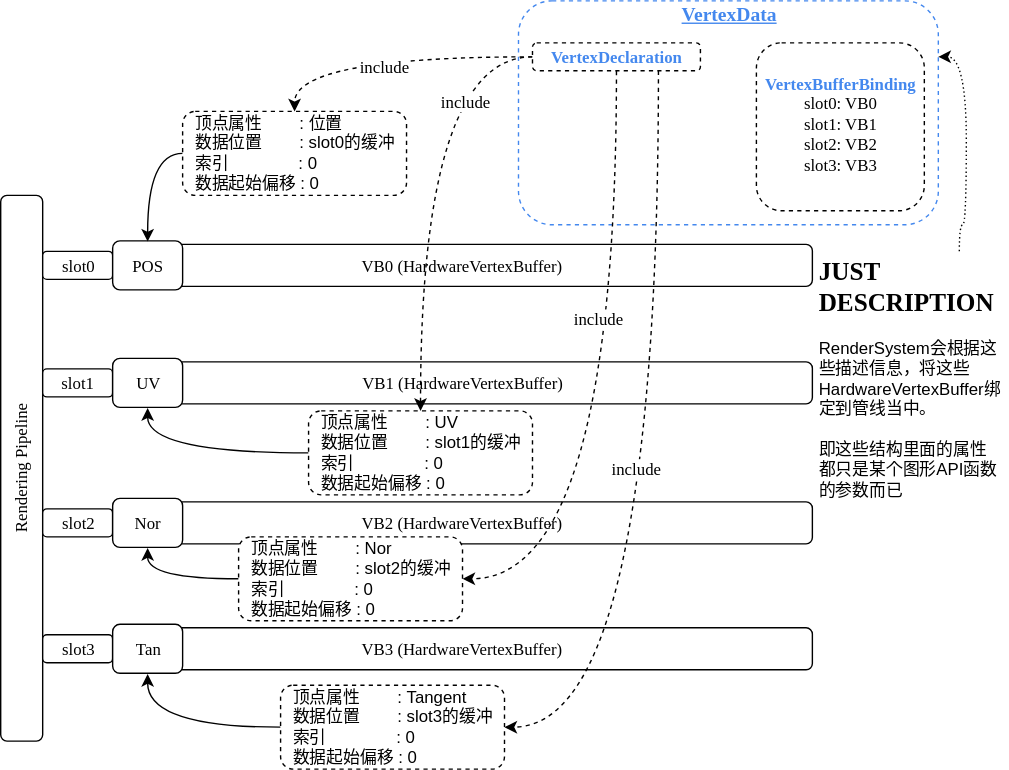
The draw.io diagram AboutOGRE/diagram/VertexData.svg in lolanto/lolanto.github.io, before a commit. Source tidied: cells renumbered, new cells last; positions are measured from the earlier drawing's top-left corner, leaving out a move shared by most shapes.
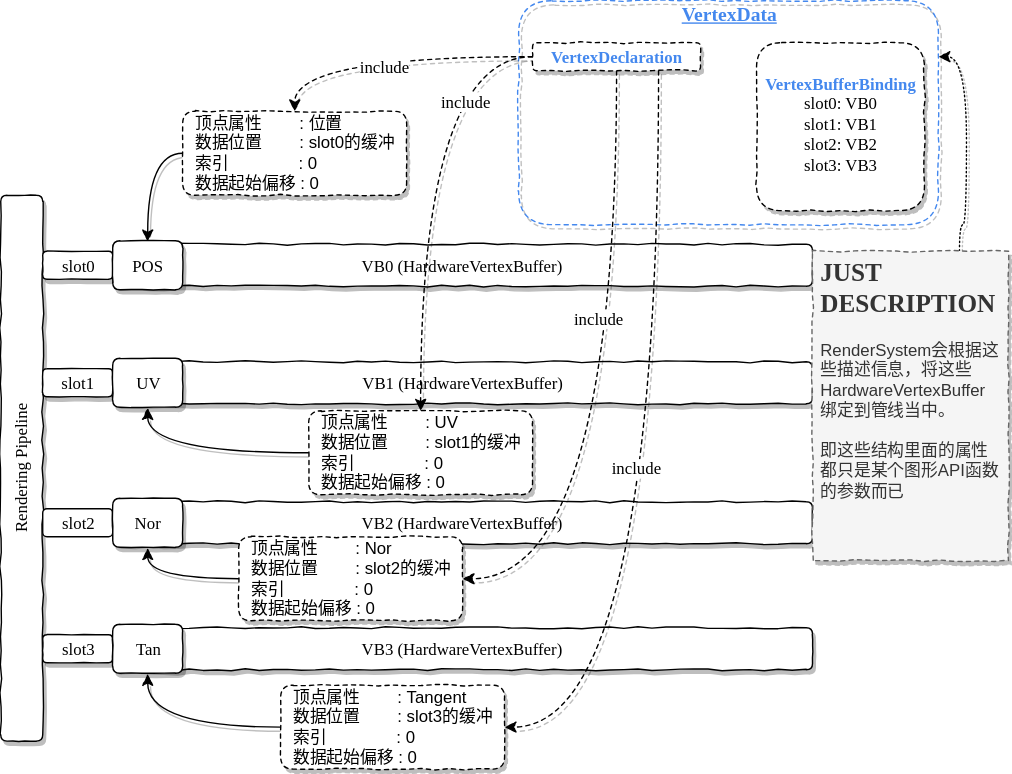
After the commit.

Diff of the diagram source:
```diff
@@ -1,113 +1,113 @@
-<mxGraphModel>
+<mxGraphModel background="#ffffff">
   <root>
     <mxCell id="0" />
     <mxCell id="1" parent="0" />
-    <mxCell id="2" style="rounded=1;whiteSpace=wrap;html=1;dashed=1;gradientColor=none;fillColor=none;strokeColor=#4488EE;" parent="1" vertex="1">
+    <mxCell id="2" style="rounded=1;whiteSpace=wrap;html=1;dashed=1;gradientColor=none;fillColor=none;strokeColor=#4488EE;shadow=1;comic=1;" parent="1" vertex="1">
       <mxGeometry x="370" width="300" height="160" as="geometry" />
     </mxCell>
-    <mxCell id="3" value="&lt;font face=&quot;Comic Sans MS&quot;&gt;&lt;b&gt;&lt;font color=&quot;#4488ee&quot;&gt;VertexBufferBinding&lt;/font&gt;&lt;/b&gt;&lt;br&gt;slot0: VB0&lt;br&gt;slot1: VB1&lt;br&gt;slot2: VB2&lt;br&gt;slot3: VB3&lt;/font&gt;&lt;br&gt;" style="rounded=1;whiteSpace=wrap;html=1;dashed=1;gradientColor=none;" parent="1" vertex="1">
+    <mxCell id="3" value="&lt;font face=&quot;Comic Sans MS&quot;&gt;&lt;b&gt;&lt;font color=&quot;#4488ee&quot;&gt;VertexBufferBinding&lt;/font&gt;&lt;/b&gt;&lt;br&gt;slot0: VB0&lt;br&gt;slot1: VB1&lt;br&gt;slot2: VB2&lt;br&gt;slot3: VB3&lt;/font&gt;&lt;br&gt;" style="rounded=1;whiteSpace=wrap;html=1;dashed=1;gradientColor=none;shadow=1;comic=1;" parent="1" vertex="1">
       <mxGeometry x="540" y="30" width="120" height="120" as="geometry" />
     </mxCell>
     <mxCell id="4" style="group;" parent="1" vertex="1">
       <mxGeometry y="79" width="580" height="470" as="geometry" />
     </mxCell>
-    <mxCell id="5" style="group;" parent="4" vertex="1">
+    <mxCell id="5" style="group;shadow=1;comic=1;" parent="4" vertex="1">
       <mxGeometry y="60" width="580" height="410" as="geometry" />
     </mxCell>
-    <mxCell id="6" value="&lt;font face=&quot;Comic Sans MS&quot;&gt;VB0 (HardwareVertexBuffer)&lt;/font&gt;" style="rounded=1;whiteSpace=wrap;html=1;" parent="5" vertex="1">
+    <mxCell id="6" value="&lt;font face=&quot;Comic Sans MS&quot;&gt;VB0 (HardwareVertexBuffer)&lt;/font&gt;" style="rounded=1;whiteSpace=wrap;html=1;shadow=1;comic=1;" parent="5" vertex="1">
       <mxGeometry x="80" y="35" width="500" height="30" as="geometry" />
     </mxCell>
-    <mxCell id="7" value="&lt;font face=&quot;Comic Sans MS&quot;&gt;Rendering Pipeline&lt;/font&gt;" style="rounded=1;whiteSpace=wrap;html=1;horizontal=0;" parent="5" vertex="1">
+    <mxCell id="7" value="&lt;font face=&quot;Comic Sans MS&quot;&gt;Rendering Pipeline&lt;/font&gt;" style="rounded=1;whiteSpace=wrap;html=1;horizontal=0;shadow=1;comic=1;" parent="5" vertex="1">
       <mxGeometry width="30" height="390" as="geometry" />
     </mxCell>
-    <mxCell id="8" value="&lt;font face=&quot;Comic Sans MS&quot;&gt;slot0&lt;/font&gt;" style="rounded=1;whiteSpace=wrap;html=1;" parent="5" vertex="1">
+    <mxCell id="8" value="&lt;font face=&quot;Comic Sans MS&quot;&gt;slot0&lt;/font&gt;" style="rounded=1;whiteSpace=wrap;html=1;shadow=1;comic=1;" parent="5" vertex="1">
       <mxGeometry x="30" y="40" width="50" height="20" as="geometry" />
     </mxCell>
-    <mxCell id="9" value="&lt;font face=&quot;Comic Sans MS&quot;&gt;slot1&lt;/font&gt;" style="rounded=1;whiteSpace=wrap;html=1;" parent="5" vertex="1">
+    <mxCell id="9" value="&lt;font face=&quot;Comic Sans MS&quot;&gt;slot1&lt;/font&gt;" style="rounded=1;whiteSpace=wrap;html=1;shadow=1;comic=1;" parent="5" vertex="1">
       <mxGeometry x="30" y="124" width="50" height="20" as="geometry" />
     </mxCell>
     <mxCell id="10" value="&lt;font face=&quot;Comic Sans MS&quot;&gt;slot2&lt;/font&gt;" style="rounded=1;whiteSpace=wrap;html=1;" parent="5" vertex="1">
       <mxGeometry x="30" y="224" width="50" height="20" as="geometry" />
     </mxCell>
-    <mxCell id="11" value="&lt;font face=&quot;Comic Sans MS&quot;&gt;slot3&lt;/font&gt;" style="rounded=1;whiteSpace=wrap;html=1;" parent="5" vertex="1">
+    <mxCell id="11" value="&lt;font face=&quot;Comic Sans MS&quot;&gt;slot3&lt;/font&gt;" style="rounded=1;whiteSpace=wrap;html=1;shadow=1;comic=1;" parent="5" vertex="1">
       <mxGeometry x="30" y="314" width="50" height="20" as="geometry" />
     </mxCell>
-    <mxCell id="12" value="&lt;font face=&quot;Comic Sans MS&quot;&gt;VB1 (HardwareVertexBuffer)&lt;/font&gt;" style="rounded=1;whiteSpace=wrap;html=1;" parent="5" vertex="1">
+    <mxCell id="12" value="&lt;font face=&quot;Comic Sans MS&quot;&gt;VB1 (HardwareVertexBuffer)&lt;/font&gt;" style="rounded=1;whiteSpace=wrap;html=1;shadow=1;comic=1;" parent="5" vertex="1">
       <mxGeometry x="80" y="119" width="500" height="30" as="geometry" />
     </mxCell>
-    <mxCell id="13" value="&lt;font face=&quot;Comic Sans MS&quot;&gt;VB2 (HardwareVertexBuffer)&lt;/font&gt;" style="rounded=1;whiteSpace=wrap;html=1;" parent="5" vertex="1">
+    <mxCell id="13" value="&lt;font face=&quot;Comic Sans MS&quot;&gt;VB2 (HardwareVertexBuffer)&lt;/font&gt;" style="rounded=1;whiteSpace=wrap;html=1;shadow=1;comic=1;" parent="5" vertex="1">
       <mxGeometry x="80" y="219" width="500" height="30" as="geometry" />
     </mxCell>
-    <mxCell id="14" value="&lt;font face=&quot;Comic Sans MS&quot;&gt;VB3 (HardwareVertexBuffer)&lt;/font&gt;" style="rounded=1;whiteSpace=wrap;html=1;" parent="5" vertex="1">
+    <mxCell id="14" value="&lt;font face=&quot;Comic Sans MS&quot;&gt;VB3 (HardwareVertexBuffer)&lt;/font&gt;" style="rounded=1;whiteSpace=wrap;html=1;shadow=1;comic=1;" parent="5" vertex="1">
       <mxGeometry x="80" y="309" width="500" height="30" as="geometry" />
     </mxCell>
-    <mxCell id="15" value="&lt;font face=&quot;Comic Sans MS&quot;&gt;POS&lt;/font&gt;" style="rounded=1;whiteSpace=wrap;html=1;gradientColor=none;" parent="5" vertex="1">
+    <mxCell id="15" value="&lt;font face=&quot;Comic Sans MS&quot;&gt;POS&lt;/font&gt;" style="rounded=1;whiteSpace=wrap;html=1;gradientColor=none;shadow=1;comic=1;" parent="5" vertex="1">
       <mxGeometry x="80" y="32.5" width="50" height="35" as="geometry" />
     </mxCell>
-    <mxCell id="16" value="&lt;font face=&quot;Comic Sans MS&quot;&gt;UV&lt;/font&gt;" style="rounded=1;whiteSpace=wrap;html=1;gradientColor=none;" parent="5" vertex="1">
+    <mxCell id="16" value="&lt;font face=&quot;Comic Sans MS&quot;&gt;UV&lt;/font&gt;" style="rounded=1;whiteSpace=wrap;html=1;gradientColor=none;shadow=1;comic=1;" parent="5" vertex="1">
       <mxGeometry x="80" y="116.5" width="50" height="35" as="geometry" />
     </mxCell>
-    <mxCell id="17" value="&lt;font face=&quot;Comic Sans MS&quot;&gt;Nor&lt;/font&gt;" style="rounded=1;whiteSpace=wrap;html=1;gradientColor=none;" parent="5" vertex="1">
+    <mxCell id="17" value="&lt;font face=&quot;Comic Sans MS&quot;&gt;Nor&lt;/font&gt;" style="rounded=1;whiteSpace=wrap;html=1;gradientColor=none;shadow=1;comic=1;" parent="5" vertex="1">
       <mxGeometry x="80" y="216.5" width="50" height="35" as="geometry" />
     </mxCell>
-    <mxCell id="18" value="&lt;font face=&quot;Comic Sans MS&quot;&gt;Tan&lt;/font&gt;" style="rounded=1;whiteSpace=wrap;html=1;gradientColor=none;" parent="5" vertex="1">
+    <mxCell id="18" value="&lt;font face=&quot;Comic Sans MS&quot;&gt;Tan&lt;/font&gt;" style="rounded=1;whiteSpace=wrap;html=1;gradientColor=none;shadow=1;comic=1;" parent="5" vertex="1">
       <mxGeometry x="80" y="306.5" width="50" height="35" as="geometry" />
     </mxCell>
-    <mxCell id="19" style="edgeStyle=orthogonalEdgeStyle;curved=1;rounded=0;html=1;exitX=0;exitY=0.5;exitDx=0;exitDy=0;entryX=0.5;entryY=1;entryDx=0;entryDy=0;jettySize=auto;" parent="5" edge="1" source="20" target="16">
+    <mxCell id="19" style="edgeStyle=orthogonalEdgeStyle;curved=1;rounded=0;html=1;exitX=0;exitY=0.5;exitDx=0;exitDy=0;entryX=0.5;entryY=1;entryDx=0;entryDy=0;jettySize=auto;shadow=1;comic=1;" parent="5" edge="1" source="20" target="16">
       <mxGeometry relative="1" as="geometry" />
     </mxCell>
-    <mxCell id="20" value="&lt;div style=&quot;text-align: left&quot;&gt;&lt;span&gt;顶点属性&amp;nbsp; &amp;nbsp; &amp;nbsp; &amp;nbsp; : UV&lt;/span&gt;&lt;/div&gt;&lt;div style=&quot;text-align: left&quot;&gt;&lt;span&gt;数据位置&amp;nbsp; &amp;nbsp; &amp;nbsp; &amp;nbsp; : slot1的缓冲&lt;/span&gt;&lt;/div&gt;&lt;div style=&quot;text-align: left&quot;&gt;&lt;span&gt;索引&amp;nbsp; &amp;nbsp; &amp;nbsp; &amp;nbsp; &amp;nbsp; &amp;nbsp; &amp;nbsp; &amp;nbsp;: 0&lt;/span&gt;&lt;/div&gt;&lt;div style=&quot;text-align: left&quot;&gt;&lt;span&gt;数据起始偏移 : 0&lt;/span&gt;&lt;/div&gt;" style="rounded=1;whiteSpace=wrap;html=1;gradientColor=none;dashed=1;" parent="5" vertex="1">
+    <mxCell id="20" value="&lt;div style=&quot;text-align: left&quot;&gt;&lt;span&gt;顶点属性&amp;nbsp; &amp;nbsp; &amp;nbsp; &amp;nbsp; : UV&lt;/span&gt;&lt;/div&gt;&lt;div style=&quot;text-align: left&quot;&gt;&lt;span&gt;数据位置&amp;nbsp; &amp;nbsp; &amp;nbsp; &amp;nbsp; : slot1的缓冲&lt;/span&gt;&lt;/div&gt;&lt;div style=&quot;text-align: left&quot;&gt;&lt;span&gt;索引&amp;nbsp; &amp;nbsp; &amp;nbsp; &amp;nbsp; &amp;nbsp; &amp;nbsp; &amp;nbsp; &amp;nbsp;: 0&lt;/span&gt;&lt;/div&gt;&lt;div style=&quot;text-align: left&quot;&gt;&lt;span&gt;数据起始偏移 : 0&lt;/span&gt;&lt;/div&gt;" style="rounded=1;whiteSpace=wrap;html=1;gradientColor=none;dashed=1;shadow=1;comic=1;" parent="5" vertex="1">
       <mxGeometry x="220" y="154" width="160" height="60" as="geometry" />
     </mxCell>
-    <mxCell id="21" style="edgeStyle=orthogonalEdgeStyle;curved=1;rounded=0;html=1;exitX=0;exitY=0.5;exitDx=0;exitDy=0;entryX=0.5;entryY=1;entryDx=0;entryDy=0;jettySize=auto;" parent="5" edge="1" source="22" target="17">
+    <mxCell id="21" style="edgeStyle=orthogonalEdgeStyle;curved=1;rounded=0;html=1;exitX=0;exitY=0.5;exitDx=0;exitDy=0;entryX=0.5;entryY=1;entryDx=0;entryDy=0;jettySize=auto;shadow=1;comic=1;" parent="5" edge="1" source="22" target="17">
       <mxGeometry relative="1" as="geometry" />
     </mxCell>
-    <mxCell id="22" value="&lt;div style=&quot;text-align: left&quot;&gt;&lt;span&gt;顶点属性&amp;nbsp; &amp;nbsp; &amp;nbsp; &amp;nbsp; : Nor&lt;/span&gt;&lt;/div&gt;&lt;div style=&quot;text-align: left&quot;&gt;&lt;span&gt;数据位置&amp;nbsp; &amp;nbsp; &amp;nbsp; &amp;nbsp; : slot2的缓冲&lt;/span&gt;&lt;/div&gt;&lt;div style=&quot;text-align: left&quot;&gt;&lt;span&gt;索引&amp;nbsp; &amp;nbsp; &amp;nbsp; &amp;nbsp; &amp;nbsp; &amp;nbsp; &amp;nbsp; &amp;nbsp;: 0&lt;/span&gt;&lt;/div&gt;&lt;div style=&quot;text-align: left&quot;&gt;&lt;span&gt;数据起始偏移 : 0&lt;/span&gt;&lt;/div&gt;" style="rounded=1;whiteSpace=wrap;html=1;gradientColor=none;dashed=1;" parent="5" vertex="1">
+    <mxCell id="22" value="&lt;div style=&quot;text-align: left&quot;&gt;&lt;span&gt;顶点属性&amp;nbsp; &amp;nbsp; &amp;nbsp; &amp;nbsp; : Nor&lt;/span&gt;&lt;/div&gt;&lt;div style=&quot;text-align: left&quot;&gt;&lt;span&gt;数据位置&amp;nbsp; &amp;nbsp; &amp;nbsp; &amp;nbsp; : slot2的缓冲&lt;/span&gt;&lt;/div&gt;&lt;div style=&quot;text-align: left&quot;&gt;&lt;span&gt;索引&amp;nbsp; &amp;nbsp; &amp;nbsp; &amp;nbsp; &amp;nbsp; &amp;nbsp; &amp;nbsp; &amp;nbsp;: 0&lt;/span&gt;&lt;/div&gt;&lt;div style=&quot;text-align: left&quot;&gt;&lt;span&gt;数据起始偏移 : 0&lt;/span&gt;&lt;/div&gt;" style="rounded=1;whiteSpace=wrap;html=1;gradientColor=none;dashed=1;shadow=1;comic=1;" parent="5" vertex="1">
       <mxGeometry x="170" y="244" width="160" height="60" as="geometry" />
     </mxCell>
-    <mxCell id="23" style="edgeStyle=orthogonalEdgeStyle;curved=1;rounded=0;html=1;exitX=0;exitY=0.5;exitDx=0;exitDy=0;entryX=0.5;entryY=1;entryDx=0;entryDy=0;jettySize=auto;" parent="5" edge="1" source="24" target="18">
+    <mxCell id="23" style="edgeStyle=orthogonalEdgeStyle;curved=1;rounded=0;html=1;exitX=0;exitY=0.5;exitDx=0;exitDy=0;entryX=0.5;entryY=1;entryDx=0;entryDy=0;jettySize=auto;shadow=1;comic=1;" parent="5" edge="1" source="24" target="18">
       <mxGeometry relative="1" as="geometry" />
     </mxCell>
-    <mxCell id="24" value="&lt;div style=&quot;text-align: left&quot;&gt;&lt;span&gt;顶点属性&amp;nbsp; &amp;nbsp; &amp;nbsp; &amp;nbsp; : Tangent&lt;/span&gt;&lt;/div&gt;&lt;div style=&quot;text-align: left&quot;&gt;&lt;span&gt;数据位置&amp;nbsp; &amp;nbsp; &amp;nbsp; &amp;nbsp; : slot3的缓冲&lt;/span&gt;&lt;/div&gt;&lt;div style=&quot;text-align: left&quot;&gt;&lt;span&gt;索引&amp;nbsp; &amp;nbsp; &amp;nbsp; &amp;nbsp; &amp;nbsp; &amp;nbsp; &amp;nbsp; &amp;nbsp;: 0&lt;/span&gt;&lt;/div&gt;&lt;div style=&quot;text-align: left&quot;&gt;&lt;span&gt;数据起始偏移 : 0&lt;/span&gt;&lt;/div&gt;" style="rounded=1;whiteSpace=wrap;html=1;gradientColor=none;dashed=1;" parent="5" vertex="1">
+    <mxCell id="24" value="&lt;div style=&quot;text-align: left&quot;&gt;&lt;span&gt;顶点属性&amp;nbsp; &amp;nbsp; &amp;nbsp; &amp;nbsp; : Tangent&lt;/span&gt;&lt;/div&gt;&lt;div style=&quot;text-align: left&quot;&gt;&lt;span&gt;数据位置&amp;nbsp; &amp;nbsp; &amp;nbsp; &amp;nbsp; : slot3的缓冲&lt;/span&gt;&lt;/div&gt;&lt;div style=&quot;text-align: left&quot;&gt;&lt;span&gt;索引&amp;nbsp; &amp;nbsp; &amp;nbsp; &amp;nbsp; &amp;nbsp; &amp;nbsp; &amp;nbsp; &amp;nbsp;: 0&lt;/span&gt;&lt;/div&gt;&lt;div style=&quot;text-align: left&quot;&gt;&lt;span&gt;数据起始偏移 : 0&lt;/span&gt;&lt;/div&gt;" style="rounded=1;whiteSpace=wrap;html=1;gradientColor=none;dashed=1;shadow=1;comic=1;" parent="5" vertex="1">
       <mxGeometry x="200" y="350" width="160" height="60" as="geometry" />
     </mxCell>
-    <mxCell id="25" style="edgeStyle=orthogonalEdgeStyle;rounded=0;html=1;exitX=0;exitY=0.5;exitDx=0;exitDy=0;entryX=0.5;entryY=0;entryDx=0;entryDy=0;jettySize=auto;curved=1;" parent="4" edge="1" source="26" target="15">
+    <mxCell id="25" style="edgeStyle=orthogonalEdgeStyle;rounded=0;html=1;exitX=0;exitY=0.5;exitDx=0;exitDy=0;entryX=0.5;entryY=0;entryDx=0;entryDy=0;jettySize=auto;curved=1;shadow=1;comic=1;" parent="4" edge="1" source="26" target="15">
       <mxGeometry relative="1" as="geometry" />
     </mxCell>
-    <mxCell id="26" value="&lt;div style=&quot;text-align: left&quot;&gt;&lt;span&gt;顶点属性&amp;nbsp; &amp;nbsp; &amp;nbsp; &amp;nbsp; : 位置&lt;/span&gt;&lt;/div&gt;&lt;div style=&quot;text-align: left&quot;&gt;&lt;span&gt;数据位置&amp;nbsp; &amp;nbsp; &amp;nbsp; &amp;nbsp; : slot0的缓冲&lt;/span&gt;&lt;/div&gt;&lt;div style=&quot;text-align: left&quot;&gt;&lt;span&gt;索引&amp;nbsp; &amp;nbsp; &amp;nbsp; &amp;nbsp; &amp;nbsp; &amp;nbsp; &amp;nbsp; &amp;nbsp;: 0&lt;/span&gt;&lt;/div&gt;&lt;div style=&quot;text-align: left&quot;&gt;&lt;span&gt;数据起始偏移 : 0&lt;/span&gt;&lt;/div&gt;" style="rounded=1;whiteSpace=wrap;html=1;gradientColor=none;dashed=1;" parent="4" vertex="1">
+    <mxCell id="26" value="&lt;div style=&quot;text-align: left&quot;&gt;&lt;span&gt;顶点属性&amp;nbsp; &amp;nbsp; &amp;nbsp; &amp;nbsp; : 位置&lt;/span&gt;&lt;/div&gt;&lt;div style=&quot;text-align: left&quot;&gt;&lt;span&gt;数据位置&amp;nbsp; &amp;nbsp; &amp;nbsp; &amp;nbsp; : slot0的缓冲&lt;/span&gt;&lt;/div&gt;&lt;div style=&quot;text-align: left&quot;&gt;&lt;span&gt;索引&amp;nbsp; &amp;nbsp; &amp;nbsp; &amp;nbsp; &amp;nbsp; &amp;nbsp; &amp;nbsp; &amp;nbsp;: 0&lt;/span&gt;&lt;/div&gt;&lt;div style=&quot;text-align: left&quot;&gt;&lt;span&gt;数据起始偏移 : 0&lt;/span&gt;&lt;/div&gt;" style="rounded=1;whiteSpace=wrap;html=1;gradientColor=none;dashed=1;shadow=1;comic=1;" parent="4" vertex="1">
       <mxGeometry x="130" width="160" height="60" as="geometry" />
     </mxCell>
-    <mxCell id="27" style="edgeStyle=orthogonalEdgeStyle;curved=1;rounded=0;html=1;exitX=0;exitY=0.5;exitDx=0;exitDy=0;jettySize=auto;dashed=1;" parent="1" edge="1" source="35" target="26">
+    <mxCell id="27" style="edgeStyle=orthogonalEdgeStyle;curved=1;rounded=0;html=1;exitX=0;exitY=0.5;exitDx=0;exitDy=0;jettySize=auto;dashed=1;shadow=1;comic=1;" parent="1" edge="1" source="35" target="26">
       <mxGeometry relative="1" as="geometry" />
     </mxCell>
     <mxCell id="28" value="&lt;font face=&quot;Comic Sans MS&quot;&gt;include&lt;/font&gt;&lt;br&gt;" style="text;html=1;align=center;verticalAlign=middle;labelBackgroundColor=#ffffff;" parent="27" vertex="1">
       <mxGeometry y="7" relative="1" as="geometry" />
     </mxCell>
-    <mxCell id="29" style="edgeStyle=orthogonalEdgeStyle;curved=1;rounded=0;html=1;exitX=0;exitY=0.5;exitDx=0;exitDy=0;entryX=0.5;entryY=0;entryDx=0;entryDy=0;dashed=1;jettySize=auto;" parent="1" edge="1" source="35" target="20">
+    <mxCell id="29" style="edgeStyle=orthogonalEdgeStyle;curved=1;rounded=0;html=1;exitX=0;exitY=0.5;exitDx=0;exitDy=0;entryX=0.5;entryY=0;entryDx=0;entryDy=0;dashed=1;jettySize=auto;comic=1;shadow=1;" parent="1" edge="1" source="35" target="20">
       <mxGeometry relative="1" as="geometry" />
     </mxCell>
     <mxCell id="30" value="&lt;font face=&quot;Comic Sans MS&quot;&gt;include&lt;/font&gt;" style="text;html=1;align=center;verticalAlign=middle;labelBackgroundColor=#ffffff;" parent="29" vertex="1">
       <mxGeometry x="-0.72" y="32" relative="1" as="geometry" />
     </mxCell>
-    <mxCell id="31" style="edgeStyle=orthogonalEdgeStyle;curved=1;rounded=0;html=1;exitX=0.5;exitY=1;exitDx=0;exitDy=0;entryX=1;entryY=0.5;entryDx=0;entryDy=0;dashed=1;jettySize=auto;" parent="1" edge="1" source="35" target="22">
+    <mxCell id="31" style="edgeStyle=orthogonalEdgeStyle;curved=1;rounded=0;html=1;exitX=0.5;exitY=1;exitDx=0;exitDy=0;entryX=1;entryY=0.5;entryDx=0;entryDy=0;dashed=1;jettySize=auto;shadow=1;comic=1;" parent="1" edge="1" source="35" target="22">
       <mxGeometry relative="1" as="geometry" />
     </mxCell>
     <mxCell id="32" value="&lt;font face=&quot;Comic Sans MS&quot;&gt;include&lt;/font&gt;" style="text;html=1;align=center;verticalAlign=middle;labelBackgroundColor=#ffffff;" parent="31" vertex="1">
       <mxGeometry x="-0.25" y="-11" relative="1" as="geometry" />
     </mxCell>
-    <mxCell id="33" style="edgeStyle=orthogonalEdgeStyle;curved=1;rounded=0;html=1;exitX=0.75;exitY=1;exitDx=0;exitDy=0;entryX=1;entryY=0.5;entryDx=0;entryDy=0;dashed=1;jettySize=auto;" parent="1" edge="1" source="35" target="24">
+    <mxCell id="33" style="edgeStyle=orthogonalEdgeStyle;curved=1;rounded=0;html=1;exitX=0.75;exitY=1;exitDx=0;exitDy=0;entryX=1;entryY=0.5;entryDx=0;entryDy=0;dashed=1;jettySize=auto;shadow=1;comic=1;" parent="1" edge="1" source="35" target="24">
       <mxGeometry relative="1" as="geometry" />
     </mxCell>
     <mxCell id="34" value="&lt;font face=&quot;Comic Sans MS&quot;&gt;include&lt;/font&gt;" style="text;html=1;align=center;verticalAlign=middle;labelBackgroundColor=#ffffff;" parent="33" vertex="1">
       <mxGeometry x="-0.02" y="-14" relative="1" as="geometry" />
     </mxCell>
-    <mxCell id="35" value="&lt;b&gt;&lt;font color=&quot;#4488ee&quot; face=&quot;Comic Sans MS&quot;&gt;VertexDeclaration&lt;/font&gt;&lt;/b&gt;" style="rounded=1;whiteSpace=wrap;html=1;dashed=1;gradientColor=none;" parent="1" vertex="1">
+    <mxCell id="35" value="&lt;b&gt;&lt;font color=&quot;#4488ee&quot; face=&quot;Comic Sans MS&quot;&gt;VertexDeclaration&lt;/font&gt;&lt;/b&gt;" style="rounded=1;whiteSpace=wrap;html=1;dashed=1;gradientColor=none;shadow=1;comic=1;" parent="1" vertex="1">
       <mxGeometry x="380" y="30" width="120" height="20" as="geometry" />
     </mxCell>
     <mxCell id="36" value="&lt;b&gt;&lt;font color=&quot;#4488ee&quot; size=&quot;1&quot; face=&quot;Comic Sans MS&quot;&gt;&lt;u style=&quot;font-size: 14px&quot;&gt;VertexData&lt;/u&gt;&lt;/font&gt;&lt;/b&gt;" style="text;html=1;strokeColor=none;fillColor=none;align=center;verticalAlign=middle;whiteSpace=wrap;rounded=0;dashed=1;" parent="1" vertex="1">
       <mxGeometry x="480" width="80" height="20" as="geometry" />
     </mxCell>
-    <mxCell id="37" style="edgeStyle=orthogonalEdgeStyle;html=1;exitX=0.75;exitY=0;exitDx=0;exitDy=0;entryX=1;entryY=0.25;entryDx=0;entryDy=0;jettySize=auto;curved=1;dashed=1;dashPattern=1 2;" parent="1" edge="1" source="38" target="2">
+    <mxCell id="37" style="edgeStyle=orthogonalEdgeStyle;html=1;exitX=0.75;exitY=0;exitDx=0;exitDy=0;entryX=1;entryY=0.25;entryDx=0;entryDy=0;jettySize=auto;curved=1;dashed=1;dashPattern=1 2;shadow=1;comic=1;" parent="1" edge="1" source="38" target="2">
       <mxGeometry relative="1" as="geometry">
         <Array as="points">
           <mxPoint x="685" y="160" />
@@ -116,7 +116,7 @@
         </Array>
       </mxGeometry>
     </mxCell>
-    <mxCell id="38" value="&lt;h2&gt;&lt;font face=&quot;Comic Sans MS&quot;&gt;JUST DESCRIPTION&lt;/font&gt;&lt;/h2&gt;&lt;div&gt;RenderSystem会根据这些描述信息，将这些HardwareVertexBuffer绑定到管线当中。&lt;/div&gt;&lt;div&gt;&lt;br&gt;&lt;/div&gt;&lt;div&gt;即这些结构里面的属性都只是某个图形API函数的参数而已&lt;/div&gt;" style="text;html=1;strokeColor=none;fillColor=none;spacing=5;spacingTop=-20;whiteSpace=wrap;overflow=hidden;rounded=0;dashed=1;" parent="1" vertex="1">
+    <mxCell id="38" value="&lt;h2&gt;&lt;font face=&quot;Comic Sans MS&quot;&gt;JUST DESCRIPTION&lt;/font&gt;&lt;/h2&gt;&lt;div&gt;RenderSystem会根据这些描述信息，将这些HardwareVertexBuffer绑定到管线当中。&lt;/div&gt;&lt;div&gt;&lt;br&gt;&lt;/div&gt;&lt;div&gt;即这些结构里面的属性都只是某个图形API函数的参数而已&lt;/div&gt;" style="text;html=1;strokeColor=#666666;fillColor=#f5f5f5;spacing=5;spacingTop=-20;whiteSpace=wrap;overflow=hidden;rounded=0;dashed=1;fontColor=#333333;shadow=1;comic=1;" parent="1" vertex="1">
       <mxGeometry x="580" y="179" width="140" height="221" as="geometry" />
     </mxCell>
   </root>
```
